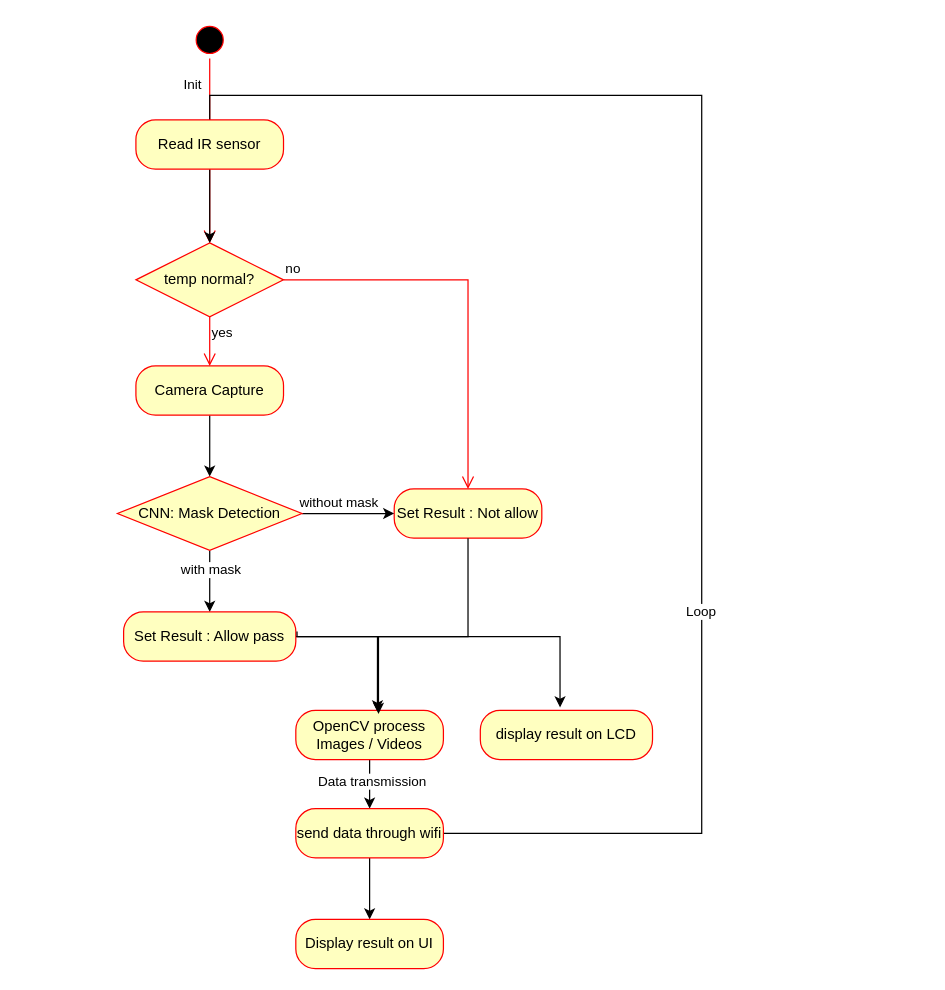
Before: page "status diagram" (4 of 4) of ProjectDiagram.drawio in ArcueidShiki/SmartEntrySystem, a draw.io diagram. Source tidied: cells renumbered, new cells numbered last; positions are measured from the earlier drawing's top-left corner, leaving out a move shared by most shapes. Both pictures are drawn from the tidied source at 123%, with x=0, y=0 at pixel (117, 21).
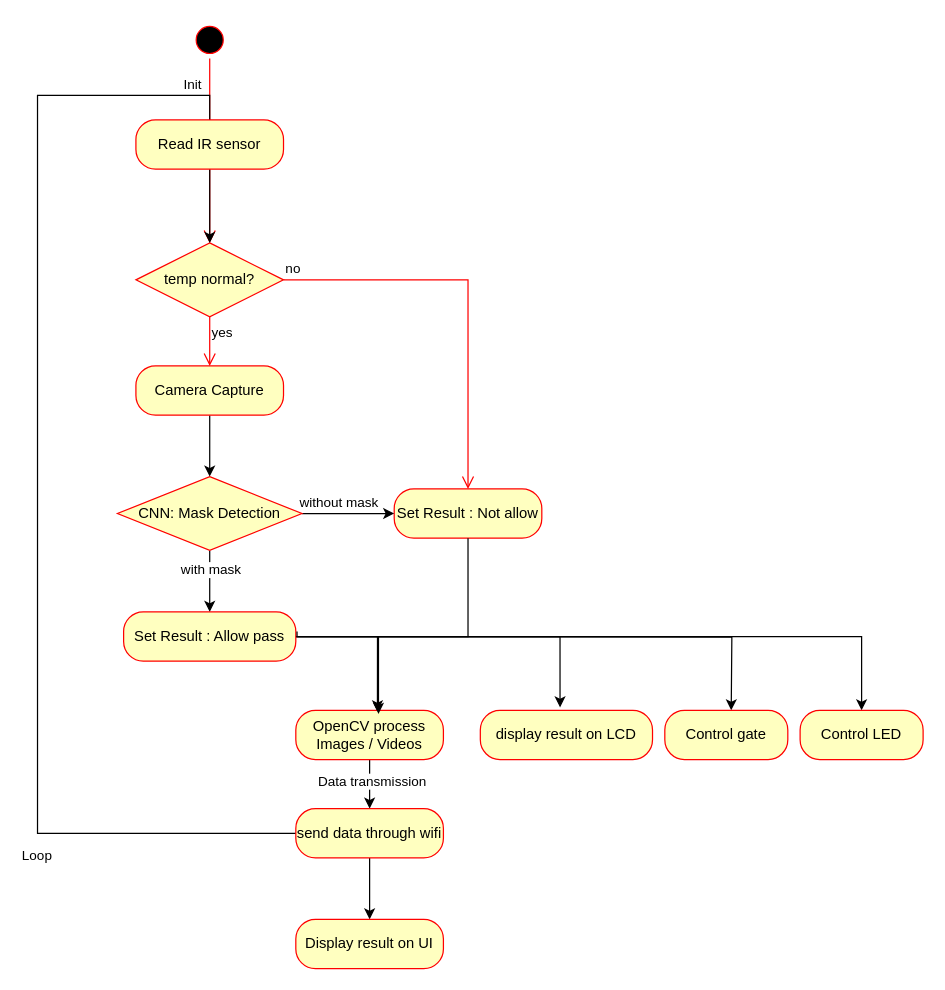
After the change.

The change refers to these unchanged cells:
```xml
<mxCell id="2" value="temp normal?" style="rhombus;whiteSpace=wrap;html=1;fontColor=#000000;fillColor=#ffffc0;strokeColor=#ff0000;" parent="1" vertex="1">
  <mxGeometry x="15" y="180" width="120" height="60" as="geometry" />
</mxCell>
<mxCell id="20" value="Set Result : Allow pass" style="rounded=1;whiteSpace=wrap;html=1;arcSize=40;fontColor=#000000;fillColor=#ffffc0;strokeColor=#ff0000;" parent="1" vertex="1">
  <mxGeometry x="5" y="480" width="140" height="40" as="geometry" />
</mxCell>
<mxCell id="25" value="send data through wifi" style="rounded=1;whiteSpace=wrap;html=1;arcSize=40;fontColor=#000000;fillColor=#ffffc0;strokeColor=#ff0000;" parent="1" vertex="1">
  <mxGeometry x="145" y="640" width="120" height="40" as="geometry" />
</mxCell>
```

What changed in the source:
```diff
@@
     <mxCell id="8" style="edgeStyle=orthogonalEdgeStyle;rounded=0;jettySize=auto;html=1;entryX=0.5;entryY=0;entryDx=0;entryDy=0;exitX=1;exitY=0.5;exitDx=0;exitDy=0;" parent="1" edge="1" source="25" target="2">
       <mxGeometry relative="1" as="geometry">
         <Array as="points">
-          <mxPoint x="475" y="660" />
-          <mxPoint x="475" y="60" />
+          <mxPoint x="-65" y="660" />
+          <mxPoint x="-65" y="60" />
           <mxPoint x="75" y="60" />
         </Array>
       </mxGeometry>
     </mxCell>
@@
+    <mxCell id="30" style="edgeStyle=orthogonalEdgeStyle;rounded=0;orthogonalLoop=1;jettySize=auto;html=1;" parent="1" edge="1">
+      <mxGeometry relative="1" as="geometry">
+        <mxPoint x="129" y="500" as="sourcePoint" />
+        <mxPoint x="499" y="560" as="targetPoint" />
+      </mxGeometry>
+    </mxCell>
+    <mxCell id="31" style="edgeStyle=orthogonalEdgeStyle;rounded=0;jettySize=auto;html=1;entryX=0.5;entryY=0;entryDx=0;entryDy=0;" parent="1" edge="1" source="20" target="33">
+      <mxGeometry relative="1" as="geometry" />
+    </mxCell>
@@
+    <mxCell id="32" value="Control gate" style="rounded=1;whiteSpace=wrap;html=1;arcSize=40;fontColor=#000000;fillColor=#ffffc0;strokeColor=#ff0000;" parent="1" vertex="1">
+      <mxGeometry x="445" y="560" width="100" height="40" as="geometry" />
+    </mxCell>
+    <mxCell id="33" value="Control LED" style="rounded=1;whiteSpace=wrap;html=1;arcSize=40;fontColor=#000000;fillColor=#ffffc0;strokeColor=#ff0000;" parent="1" vertex="1">
+      <mxGeometry x="555" y="560" width="100" height="40" as="geometry" />
+    </mxCell>
```
